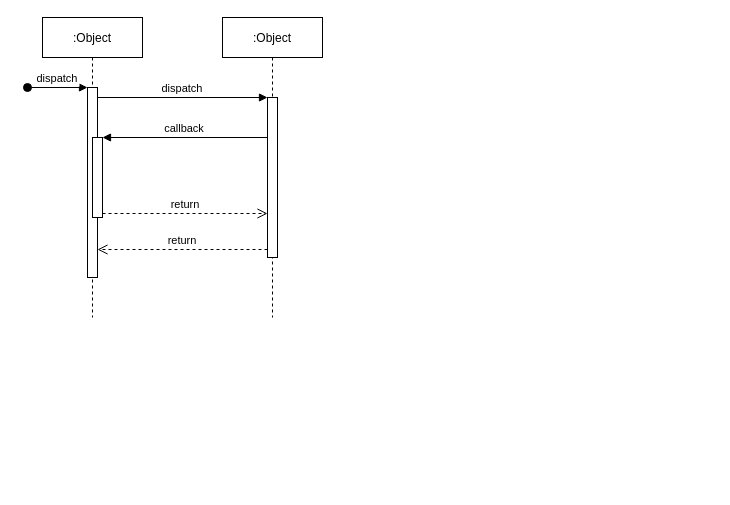
Above: BreakfastSeqDiagram.drawio in FourthGib/CS113 (draw.io), before the change. Source tidied: cells renumbered, new cells numbered last; positions are measured from the earlier drawing's top-left corner, leaving out a move shared by most shapes. Both pictures are drawn from the tidied source at 100%, with x=0, y=0 at pixel (27, 17).
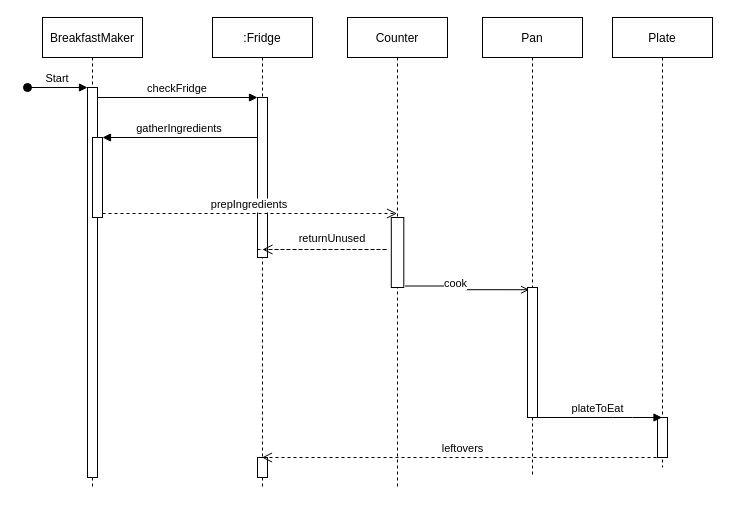
The same diagram, later.

Unchanged cells that the change refers to:
```xml
<mxCell id="5" style="points=[];perimeter=orthogonalPerimeter;rounded=0;shadow=0;strokeWidth=1;" parent="2" vertex="1">
  <mxGeometry x="50" y="120" width="10" height="80" as="geometry" />
</mxCell>
<mxCell id="7" style="points=[];perimeter=orthogonalPerimeter;rounded=0;shadow=0;strokeWidth=1;" parent="6" vertex="1">
  <mxGeometry x="45" y="80" width="10" height="160" as="geometry" />
</mxCell>
```

What changed in the source:
```diff
@@
-    <mxCell id="2" value=":Object" style="shape=umlLifeline;perimeter=lifelinePerimeter;rounded=0;shadow=0;strokeWidth=1;" parent="1" vertex="1">
-      <mxGeometry x="15" width="100" height="300" as="geometry" />
+    <mxCell id="2" value="BreakfastMaker" style="shape=umlLifeline;perimeter=lifelinePerimeter;rounded=0;shadow=0;strokeWidth=1;" parent="1" vertex="1">
+      <mxGeometry x="15" width="100" height="470" as="geometry" />
     </mxCell>
     <mxCell id="3" style="points=[];perimeter=orthogonalPerimeter;rounded=0;shadow=0;strokeWidth=1;" parent="2" vertex="1">
-      <mxGeometry x="45" y="70" width="10" height="190" as="geometry" />
+      <mxGeometry x="45" y="70" width="10" height="390" as="geometry" />
     </mxCell>
-    <mxCell id="4" value="dispatch" style="verticalAlign=bottom;startArrow=oval;endArrow=block;startSize=8;shadow=0;strokeWidth=1;" parent="2" edge="1" target="3">
+    <mxCell id="4" value="Start" style="verticalAlign=bottom;startArrow=oval;endArrow=block;startSize=8;shadow=0;strokeWidth=1;" parent="2" edge="1" target="3">
       <mxGeometry relative="1" as="geometry">
         <mxPoint x="-15" y="70" as="sourcePoint" />
       </mxGeometry>
     </mxCell>
@@
-    <mxCell id="6" value=":Object" style="shape=umlLifeline;perimeter=lifelinePerimeter;rounded=0;shadow=0;strokeWidth=1;" parent="1" vertex="1">
-      <mxGeometry x="195" width="100" height="300" as="geometry" />
+    <mxCell id="6" value=":Fridge" style="shape=umlLifeline;perimeter=lifelinePerimeter;rounded=0;shadow=0;strokeWidth=1;" parent="1" vertex="1">
+      <mxGeometry x="185" width="100" height="470" as="geometry" />
     </mxCell>
@@
+    <mxCell id="12" style="html=1;perimeter=orthogonalPerimeter;" parent="6" vertex="1">
+      <mxGeometry x="45" y="440" width="10" height="20" as="geometry" />
+    </mxCell>
-    <mxCell id="8" value="return" style="verticalAlign=bottom;endArrow=open;dashed=1;endSize=8;exitX=0;exitY=0.95;shadow=0;strokeWidth=1;" parent="1" edge="1" source="7" target="3">
-      <mxGeometry relative="1" as="geometry" />
+    <mxCell id="8" value="returnUnused" style="verticalAlign=bottom;endArrow=open;dashed=1;endSize=8;exitX=0;exitY=0.95;shadow=0;strokeWidth=1;" parent="1" edge="1" source="7">
+      <mxGeometry x="0.47" y="-2" relative="1" as="geometry">
+        <mxPoint x="235" y="232" as="targetPoint" />
+        <Array as="points">
+          <mxPoint x="365" y="232" />
+        </Array>
+      </mxGeometry>
     </mxCell>
-    <mxCell id="9" value="dispatch" style="verticalAlign=bottom;endArrow=block;entryX=0;entryY=0;shadow=0;strokeWidth=1;" parent="1" edge="1" source="3" target="7">
+    <mxCell id="9" value="checkFridge" style="verticalAlign=bottom;endArrow=block;entryX=0;entryY=0;shadow=0;strokeWidth=1;" parent="1" edge="1" source="3" target="7">
       <mxGeometry relative="1" as="geometry" />
     </mxCell>
-    <mxCell id="10" value="callback" style="verticalAlign=bottom;endArrow=block;entryX=1;entryY=0;shadow=0;strokeWidth=1;" parent="1" edge="1" source="7" target="5">
+    <mxCell id="10" value="gatherIngredients" style="verticalAlign=bottom;endArrow=block;entryX=1;entryY=0;shadow=0;strokeWidth=1;" parent="1" edge="1" source="7" target="5">
       <mxGeometry relative="1" as="geometry" />
     </mxCell>
-    <mxCell id="11" value="return" style="verticalAlign=bottom;endArrow=open;dashed=1;endSize=8;exitX=1;exitY=0.95;shadow=0;strokeWidth=1;" parent="1" edge="1" source="5" target="7">
+    <mxCell id="11" value="prepIngredients" style="verticalAlign=bottom;endArrow=open;dashed=1;endSize=8;exitX=1;exitY=0.95;shadow=0;strokeWidth=1;" parent="1" edge="1" source="5" target="13">
       <mxGeometry relative="1" as="geometry" />
     </mxCell>
+    <mxCell id="13" value="Counter" style="shape=umlLifeline;perimeter=lifelinePerimeter;rounded=0;shadow=0;strokeWidth=1;" parent="1" vertex="1">
+      <mxGeometry x="320" width="100" height="470" as="geometry" />
+    </mxCell>
+    <mxCell id="14" style="points=[];perimeter=orthogonalPerimeter;rounded=0;shadow=0;strokeWidth=1;" parent="13" vertex="1">
+      <mxGeometry x="43.8" y="200" width="12.5" height="70" as="geometry" />
+    </mxCell>
+    <mxCell id="15" value="Pan" style="shape=umlLifeline;perimeter=lifelinePerimeter;rounded=0;shadow=0;strokeWidth=1;" parent="1" vertex="1">
+      <mxGeometry x="455" width="100" height="460" as="geometry" />
+    </mxCell>
+    <mxCell id="16" style="points=[];perimeter=orthogonalPerimeter;rounded=0;shadow=0;strokeWidth=1;" parent="15" vertex="1">
+      <mxGeometry x="45" y="270" width="10" height="130" as="geometry" />
+    </mxCell>
+    <mxCell id="17" value="Plate" style="shape=umlLifeline;perimeter=lifelinePerimeter;rounded=0;shadow=0;strokeWidth=1;" parent="1" vertex="1">
+      <mxGeometry x="585" width="100" height="450" as="geometry" />
+    </mxCell>
+    <mxCell id="18" style="perimeter=orthogonalPerimeter;rounded=0;shadow=0;strokeWidth=1;" parent="17" vertex="1">
+      <mxGeometry x="45" y="400" width="10" height="40" as="geometry" />
+    </mxCell>
+    <mxCell id="19" style="edgeStyle=orthogonalEdgeStyle;rounded=0;jettySize=auto;html=1;entryX=0.167;entryY=0.017;entryDx=0;entryDy=0;entryPerimeter=0;exitX=1.1;exitY=0.979;exitDx=0;exitDy=0;exitPerimeter=0;endArrow=open;endFill=0;" parent="1" edge="1" source="14" target="16">
+      <mxGeometry relative="1" as="geometry">
+        <Array as="points">
+          <mxPoint x="438" y="269" />
+          <mxPoint x="438" y="273" />
+        </Array>
+      </mxGeometry>
+    </mxCell>
+    <mxCell id="20" value="cook" style="edgeLabel;html=1;align=center;verticalAlign=middle;" parent="19" vertex="1">
+      <mxGeometry x="-0.21" y="3" relative="1" as="geometry" />
+    </mxCell>
+    <mxCell id="21" value="plateToEat" style="html=1;verticalAlign=bottom;endArrow=block;" parent="1" edge="1" source="15" target="17">
+      <mxGeometry relative="1" as="geometry">
+        <Array as="points">
+          <mxPoint x="595" y="400" />
+        </Array>
+      </mxGeometry>
+    </mxCell>
+    <mxCell id="22" value="leftovers" style="html=1;verticalAlign=bottom;endArrow=open;dashed=1;endSize=8;" parent="1" edge="1" target="6">
+      <mxGeometry relative="1" as="geometry">
+        <mxPoint x="635" y="440" as="sourcePoint" />
+      </mxGeometry>
+    </mxCell>
```
